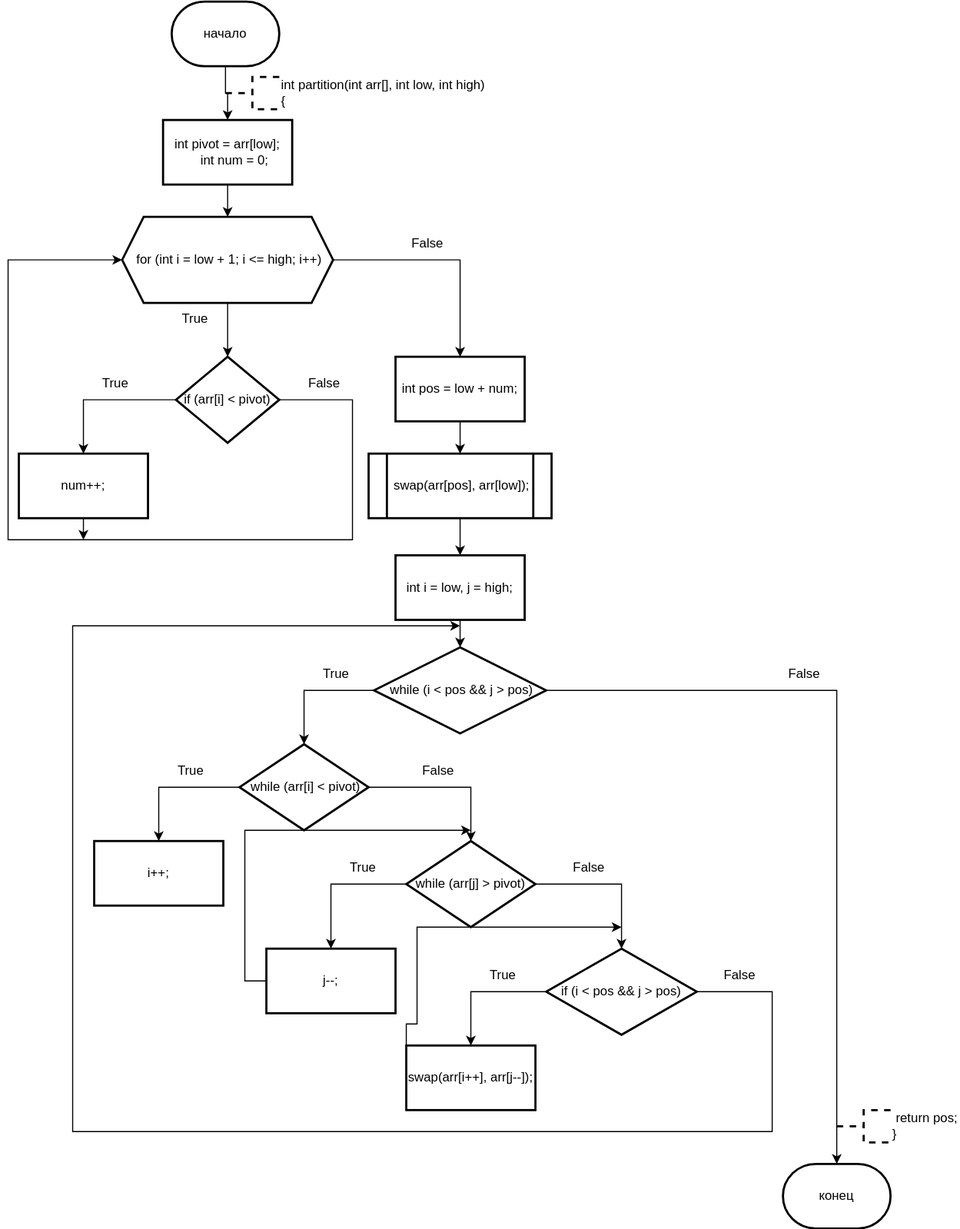
Before: Sem_2/Labs/LAB_14/partition.drawio.svg, a diagram exported from draw.io (ksinph/PSTU_LABS_2023). Source tidied: cells renumbered, new cells last; positions are measured from the earlier drawing's top-left corner, leaving out a move shared by most shapes.
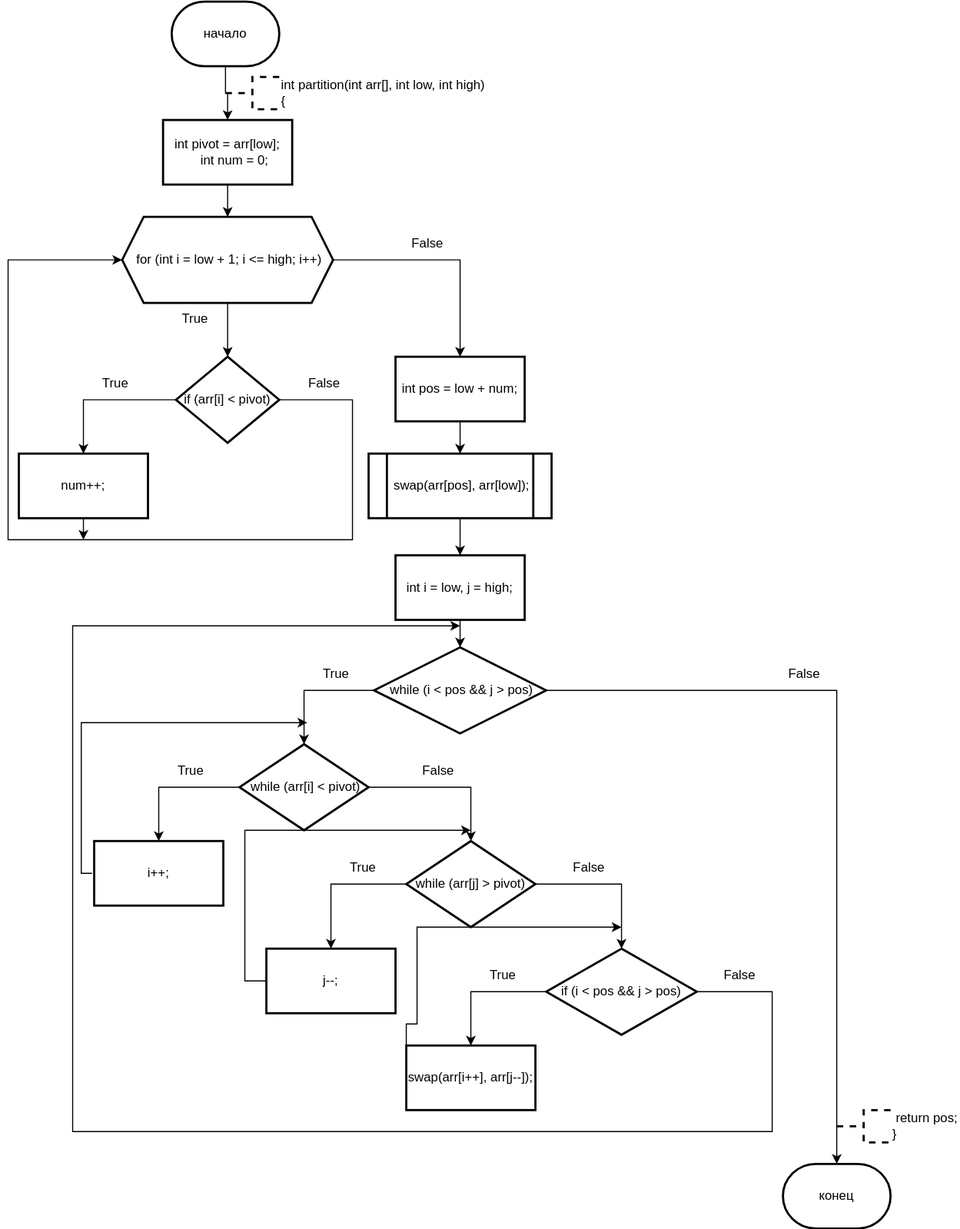
After the commit.

What changed in the source:
```diff
@@ -80,6 +80,16 @@
     <mxCell id="24" value="&amp;nbsp;while (arr[i] &amp;lt; pivot)" style="rhombus;whiteSpace=wrap;html=1;strokeWidth=2;" parent="1" vertex="1">
       <mxGeometry x="215" y="690" width="120" height="80" as="geometry" />
     </mxCell>
+    <mxCell id="52" style="edgeStyle=orthogonalEdgeStyle;rounded=0;orthogonalLoop=1;jettySize=auto;html=1;exitX=0;exitY=0.5;exitDx=0;exitDy=0;" parent="1" edge="1">
+      <mxGeometry relative="1" as="geometry">
+        <mxPoint x="78" y="810" as="sourcePoint" />
+        <mxPoint x="278" y="670" as="targetPoint" />
+        <Array as="points">
+          <mxPoint x="68" y="810" />
+          <mxPoint x="68" y="670" />
+        </Array>
+      </mxGeometry>
+    </mxCell>
     <mxCell id="25" value="i++;" style="whiteSpace=wrap;html=1;strokeWidth=2;" parent="1" vertex="1">
       <mxGeometry x="80" y="780" width="120" height="60" as="geometry" />
     </mxCell>
```
